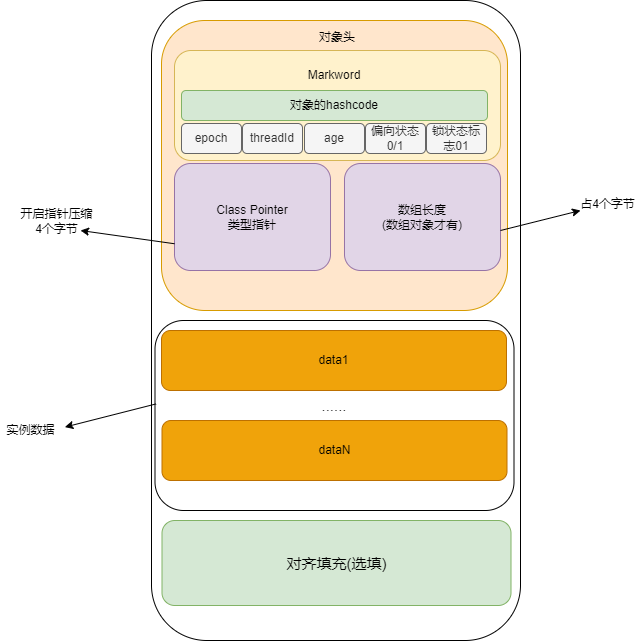
The draw.io diagram JavaObject.png in LePeitiPrince/note-picture, before a commit. Source tidied: cells renumbered, new cells last; positions are measured from the earlier drawing's top-left corner, leaving out a move shared by most shapes.
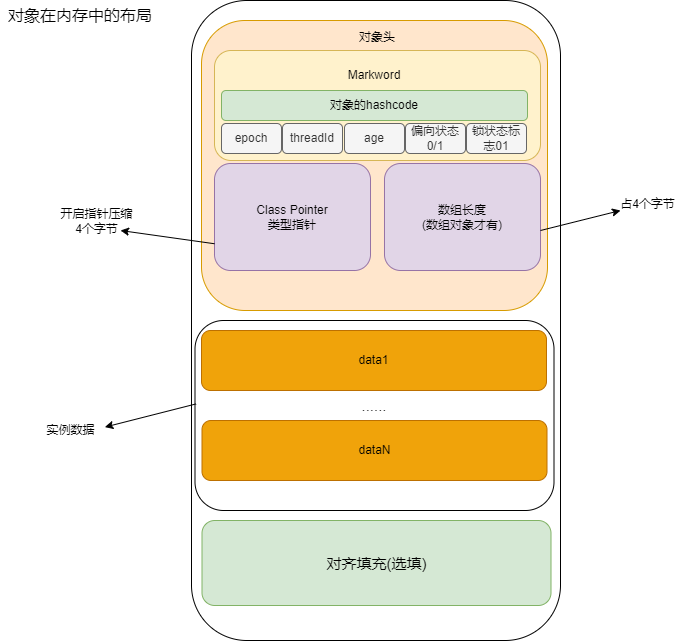
Above is the later version.

What changed in the source:
```diff
@@ -79,5 +79,8 @@
     <mxCell id="25" value="对齐填充(选填)" style="rounded=1;whiteSpace=wrap;html=1;fontSize=15;fillColor=#d5e8d4;strokeColor=#82b366;" parent="1" vertex="1">
       <mxGeometry x="161.5" y="520" width="349" height="85" as="geometry" />
     </mxCell>
+    <mxCell id="26" value="&lt;font style=&quot;font-size: 16px&quot;&gt;对象在内存中的布局&lt;/font&gt;" style="text;html=1;strokeColor=none;fillColor=none;align=center;verticalAlign=middle;whiteSpace=wrap;rounded=0;fontSize=15;" parent="1" vertex="1">
+      <mxGeometry x="-40" width="160" height="30" as="geometry" />
+    </mxCell>
   </root>
 </mxGraphModel>
```
